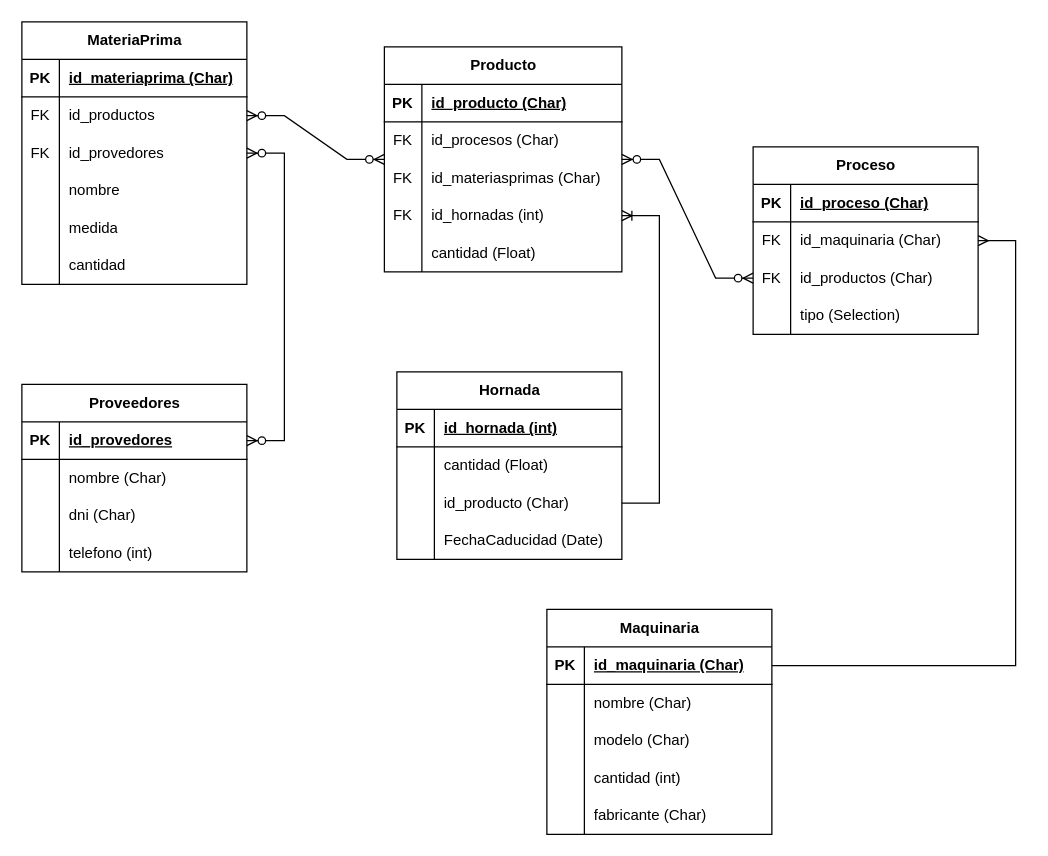
This is DiagramaFabricacion.drawio from Zarritas/modulo-odoo-fabricacion, a draw.io file, before an edit. Source tidied: cells renumbered, new cells numbered last; positions are measured from the earlier drawing's top-left corner, leaving out a move shared by most shapes. Both pictures are drawn from the tidied source at 125%, with x=0, y=0 at pixel (21, 21).
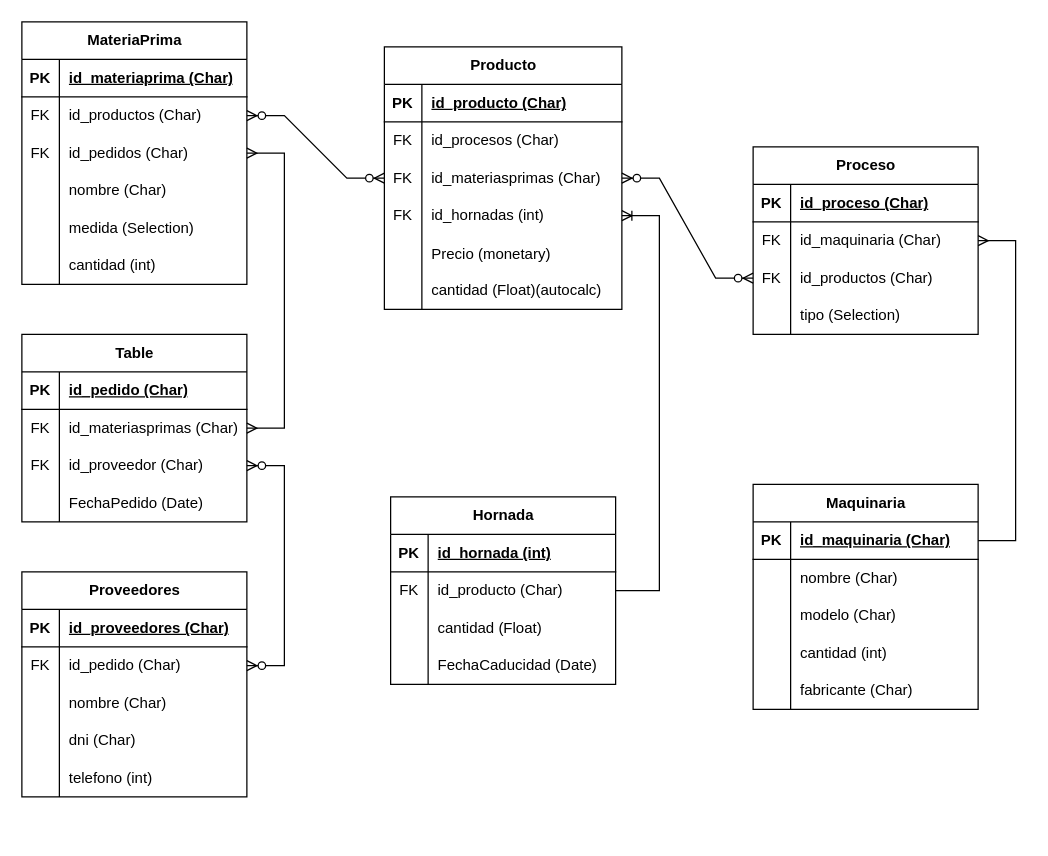
After the change.

The change refers to these unchanged cells:
```xml
<mxCell id="6" style="shape=tableRow;horizontal=0;startSize=0;swimlaneHead=0;swimlaneBody=0;fillColor=none;points=[[0,0.5],[1,0.5]];portConstraint=eastwest;top=0;left=0;right=0;bottom=0;" parent="2" vertex="1">
  <mxGeometry y="60" width="180" height="30" as="geometry" />
</mxCell>
<mxCell id="9" style="shape=tableRow;horizontal=0;startSize=0;swimlaneHead=0;swimlaneBody=0;fillColor=none;points=[[0,0.5],[1,0.5]];portConstraint=eastwest;top=0;left=0;right=0;bottom=0;" parent="2" vertex="1">
  <mxGeometry y="90" width="180" height="30" as="geometry" />
</mxCell>
<mxCell id="12" style="shape=tableRow;horizontal=0;startSize=0;swimlaneHead=0;swimlaneBody=0;fillColor=none;top=0;left=0;right=0;bottom=0;" parent="2" vertex="1">
  <mxGeometry y="120" width="180" height="30" as="geometry" />
</mxCell>
<mxCell id="15" style="shape=tableRow;horizontal=0;startSize=0;swimlaneHead=0;swimlaneBody=0;fillColor=none;top=0;left=0;right=0;bottom=0;" parent="2" vertex="1">
  <mxGeometry y="150" width="180" height="30" as="geometry" />
</mxCell>
<mxCell id="18" style="shape=tableRow;horizontal=0;startSize=0;swimlaneHead=0;swimlaneBody=0;fillColor=none;top=0;left=0;right=0;bottom=0;" parent="2" vertex="1">
  <mxGeometry y="180" width="180" height="30" as="geometry" />
</mxCell>
<mxCell id="31" style="shape=tableRow;horizontal=0;startSize=0;swimlaneHead=0;swimlaneBody=0;fillColor=none;points=[[0,0.5],[1,0.5]];portConstraint=eastwest;top=0;left=0;right=0;bottom=0;" parent="21" vertex="1">
  <mxGeometry y="120" width="190" height="30" as="geometry" />
</mxCell>
<mxCell id="67" style="shape=tableRow;horizontal=0;startSize=0;swimlaneHead=0;swimlaneBody=0;fillColor=none;points=[[0,0.5],[1,0.5]];portConstraint=eastwest;top=0;left=0;right=0;bottom=1;" parent="66" vertex="1">
  <mxGeometry y="30" width="180" height="30" as="geometry" />
</mxCell>
```

Change to the diagram source:
```diff
@@
-    <mxCell id="8" value="id_productos" style="shape=partialRectangle;fillColor=none;top=0;left=0;bottom=0;right=0;align=left;spacingLeft=6;fontStyle=0;overflow=hidden;whiteSpace=wrap;html=1;" parent="6" vertex="1">
+    <mxCell id="8" value="id_productos (Char)" style="shape=partialRectangle;fillColor=none;top=0;left=0;bottom=0;right=0;align=left;spacingLeft=6;fontStyle=0;overflow=hidden;whiteSpace=wrap;html=1;" parent="6" vertex="1">
       <mxGeometry x="30" width="150" height="30" as="geometry" />
     </mxCell>
@@
-    <mxCell id="11" value="id_provedores" style="shape=partialRectangle;fillColor=none;top=0;left=0;bottom=0;right=0;align=left;spacingLeft=6;fontStyle=0;overflow=hidden;whiteSpace=wrap;html=1;" parent="9" vertex="1">
+    <mxCell id="11" value="id_pedidos (Char)" style="shape=partialRectangle;fillColor=none;top=0;left=0;bottom=0;right=0;align=left;spacingLeft=6;fontStyle=0;overflow=hidden;whiteSpace=wrap;html=1;" parent="9" vertex="1">
       <mxGeometry x="30" width="150" height="30" as="geometry" />
     </mxCell>
@@
-    <mxCell id="14" value="nombre" style="shape=partialRectangle;fillColor=none;top=0;left=0;bottom=0;right=0;align=left;spacingLeft=6;overflow=hidden;whiteSpace=wrap;html=1;" parent="12" vertex="1">
+    <mxCell id="14" value="nombre (Char)" style="shape=partialRectangle;fillColor=none;top=0;left=0;bottom=0;right=0;align=left;spacingLeft=6;overflow=hidden;whiteSpace=wrap;html=1;" parent="12" vertex="1">
       <mxGeometry x="30" width="150" height="30" as="geometry" />
     </mxCell>
@@
-    <mxCell id="17" value="medida" style="shape=partialRectangle;fillColor=none;top=0;left=0;bottom=0;right=0;align=left;spacingLeft=6;overflow=hidden;whiteSpace=wrap;html=1;" parent="15" vertex="1">
+    <mxCell id="17" value="medida (Selection)" style="shape=partialRectangle;fillColor=none;top=0;left=0;bottom=0;right=0;align=left;spacingLeft=6;overflow=hidden;whiteSpace=wrap;html=1;" parent="15" vertex="1">
       <mxGeometry x="30" width="150" height="30" as="geometry" />
     </mxCell>
@@
-    <mxCell id="20" value="&lt;div&gt;cantidad&lt;/div&gt;" style="shape=partialRectangle;fillColor=none;top=0;left=0;bottom=0;right=0;align=left;spacingLeft=6;overflow=hidden;whiteSpace=wrap;html=1;" parent="18" vertex="1">
+    <mxCell id="20" value="&lt;div&gt;cantidad (int)&lt;/div&gt;" style="shape=partialRectangle;fillColor=none;top=0;left=0;bottom=0;right=0;align=left;spacingLeft=6;overflow=hidden;whiteSpace=wrap;html=1;" parent="18" vertex="1">
       <mxGeometry x="30" width="150" height="30" as="geometry" />
     </mxCell>
     <mxCell id="21" value="Producto" style="shape=table;startSize=30;childLayout=tableLayout;rowLines=0;fontStyle=1;align=center;html=1;" parent="1" vertex="1">
-      <mxGeometry x="290" y="20" width="190" height="180" as="geometry" />
+      <mxGeometry x="290" y="20" width="190" height="210" as="geometry" />
     </mxCell>
@@
+    <mxCell id="97" style="shape=tableRow;horizontal=0;startSize=0;swimlaneHead=0;swimlaneBody=0;fillColor=none;top=0;left=0;right=0;bottom=0;" parent="21" vertex="1">
+      <mxGeometry y="150" width="190" height="30" as="geometry" />
+    </mxCell>
+    <mxCell id="98" style="shape=partialRectangle;fillColor=none;top=0;left=0;bottom=0;right=0;overflow=hidden;" parent="97" vertex="1">
+      <mxGeometry width="30" height="30" as="geometry" />
+    </mxCell>
+    <mxCell id="99" value="Precio (monetary)" style="shape=partialRectangle;fillColor=none;top=0;left=0;bottom=0;right=0;align=left;spacingLeft=6;overflow=hidden;" parent="97" vertex="1">
+      <mxGeometry x="30" width="160" height="30" as="geometry" />
+    </mxCell>
     <mxCell id="34" style="shape=tableRow;horizontal=0;startSize=0;swimlaneHead=0;swimlaneBody=0;fillColor=none;top=0;left=0;right=0;bottom=0;" parent="21" vertex="1">
-      <mxGeometry y="150" width="190" height="30" as="geometry" />
+      <mxGeometry y="180" width="190" height="30" as="geometry" />
     </mxCell>
@@
-    <mxCell id="36" value="cantidad (Float)" style="shape=partialRectangle;fillColor=none;top=0;left=0;bottom=0;right=0;align=left;spacingLeft=6;overflow=hidden;whiteSpace=wrap;html=1;" parent="34" vertex="1">
+    <mxCell id="36" value="cantidad (Float)(autocalc)" style="shape=partialRectangle;fillColor=none;top=0;left=0;bottom=0;right=0;align=left;spacingLeft=6;overflow=hidden;whiteSpace=wrap;html=1;" parent="34" vertex="1">
       <mxGeometry x="30" width="160" height="30" as="geometry" />
     </mxCell>
@@
     <mxCell id="50" value="Maquinaria" style="shape=table;startSize=30;childLayout=tableLayout;rowLines=0;fontStyle=1;align=center;html=1;" parent="1" vertex="1">
-      <mxGeometry x="420" y="470" width="180" height="180" as="geometry" />
+      <mxGeometry x="585" y="370" width="180" height="180" as="geometry" />
     </mxCell>
@@
     <mxCell id="66" value="Proveedores" style="shape=table;startSize=30;childLayout=tableLayout;rowLines=0;fontStyle=1;align=center;html=1;" parent="1" vertex="1">
-      <mxGeometry y="290" width="180" height="150" as="geometry" />
+      <mxGeometry y="440" width="180" height="180" as="geometry" />
     </mxCell>
@@
-    <mxCell id="69" value="id_provedores" style="shape=partialRectangle;fillColor=none;top=0;left=0;bottom=0;right=0;align=left;spacingLeft=6;fontStyle=5;overflow=hidden;whiteSpace=wrap;html=1;" parent="67" vertex="1">
+    <mxCell id="69" value="id_proveedores (Char)" style="shape=partialRectangle;fillColor=none;top=0;left=0;bottom=0;right=0;align=left;spacingLeft=6;fontStyle=5;overflow=hidden;whiteSpace=wrap;html=1;" parent="67" vertex="1">
       <mxGeometry x="30" width="150" height="30" as="geometry" />
     </mxCell>
+    <mxCell id="100" style="shape=tableRow;horizontal=0;startSize=0;swimlaneHead=0;swimlaneBody=0;fillColor=none;points=[[0,0.5],[1,0.5]];portConstraint=eastwest;top=0;left=0;right=0;bottom=0;" parent="66" vertex="1">
+      <mxGeometry y="60" width="180" height="30" as="geometry" />
+    </mxCell>
+    <mxCell id="101" value="FK" style="shape=partialRectangle;fillColor=none;top=0;left=0;bottom=0;right=0;fontStyle=0;overflow=hidden;whiteSpace=wrap;html=1;" parent="100" vertex="1">
+      <mxGeometry width="30" height="30" as="geometry" />
+    </mxCell>
+    <mxCell id="102" value="id_pedido (Char)" style="shape=partialRectangle;fillColor=none;top=0;left=0;bottom=0;right=0;align=left;spacingLeft=6;fontStyle=0;overflow=hidden;whiteSpace=wrap;html=1;" parent="100" vertex="1">
+      <mxGeometry x="30" width="150" height="30" as="geometry" />
+    </mxCell>
     <mxCell id="70" style="shape=tableRow;horizontal=0;startSize=0;swimlaneHead=0;swimlaneBody=0;fillColor=none;top=0;left=0;right=0;bottom=0;" parent="66" vertex="1">
-      <mxGeometry y="60" width="180" height="30" as="geometry" />
+      <mxGeometry y="90" width="180" height="30" as="geometry" />
     </mxCell>
@@
     <mxCell id="73" style="shape=tableRow;horizontal=0;startSize=0;swimlaneHead=0;swimlaneBody=0;fillColor=none;top=0;left=0;right=0;bottom=0;" parent="66" vertex="1">
-      <mxGeometry y="90" width="180" height="30" as="geometry" />
+      <mxGeometry y="120" width="180" height="30" as="geometry" />
     </mxCell>
@@
     <mxCell id="76" style="shape=tableRow;horizontal=0;startSize=0;swimlaneHead=0;swimlaneBody=0;fillColor=none;top=0;left=0;right=0;bottom=0;" parent="66" vertex="1">
-      <mxGeometry y="120" width="180" height="30" as="geometry" />
+      <mxGeometry y="150" width="180" height="30" as="geometry" />
     </mxCell>
@@
-    <mxCell id="79" style="edgeStyle=entityRelationEdgeStyle;fontSize=12;html=1;endArrow=ERzeroToMany;endFill=1;startArrow=ERzeroToMany;rounded=0;" parent="1" edge="1" source="9" target="67">
-      <mxGeometry relative="1" as="geometry" />
-    </mxCell>
@@
     <mxCell id="83" value="Hornada" style="shape=table;startSize=30;childLayout=tableLayout;rowLines=0;fontStyle=1;align=center;html=1;" parent="1" vertex="1">
-      <mxGeometry x="300" y="280" width="180" height="150" as="geometry" />
+      <mxGeometry x="295" y="380" width="180" height="150" as="geometry" />
     </mxCell>
@@
+    <mxCell id="103" style="shape=tableRow;horizontal=0;startSize=0;swimlaneHead=0;swimlaneBody=0;fillColor=none;points=[[0,0.5],[1,0.5]];portConstraint=eastwest;top=0;left=0;right=0;bottom=0;" parent="83" vertex="1">
+      <mxGeometry y="60" width="180" height="30" as="geometry" />
+    </mxCell>
+    <mxCell id="104" value="FK" style="shape=partialRectangle;fillColor=none;top=0;left=0;bottom=0;right=0;fontStyle=0;overflow=hidden;whiteSpace=wrap;html=1;" parent="103" vertex="1">
+      <mxGeometry width="30" height="30" as="geometry" />
+    </mxCell>
+    <mxCell id="92" value="id_producto (Char)" style="shape=partialRectangle;fillColor=none;top=0;left=0;bottom=0;right=0;align=left;spacingLeft=6;fontStyle=0;overflow=hidden;whiteSpace=wrap;html=1;" parent="103" vertex="1">
+      <mxGeometry x="30" width="150" height="30" as="geometry" />
+    </mxCell>
     <mxCell id="87" style="shape=tableRow;horizontal=0;startSize=0;swimlaneHead=0;swimlaneBody=0;fillColor=none;top=0;left=0;right=0;bottom=0;" parent="83" vertex="1">
-      <mxGeometry y="60" width="180" height="30" as="geometry" />
+      <mxGeometry y="90" width="180" height="30" as="geometry" />
     </mxCell>
@@
-    <mxCell id="90" style="shape=tableRow;horizontal=0;startSize=0;swimlaneHead=0;swimlaneBody=0;fillColor=none;points=[[0,0.5],[1,0.5]];portConstraint=eastwest;top=0;left=0;right=0;bottom=0;" parent="83" vertex="1">
-      <mxGeometry y="90" width="180" height="30" as="geometry" />
-    </mxCell>
-    <mxCell id="91" style="shape=partialRectangle;fillColor=none;top=0;left=0;bottom=0;right=0;overflow=hidden;whiteSpace=wrap;html=1;" parent="90" vertex="1">
-      <mxGeometry width="30" height="30" as="geometry" />
-    </mxCell>
-    <mxCell id="92" value="id_producto (Char)" style="shape=partialRectangle;fillColor=none;top=0;left=0;bottom=0;right=0;align=left;spacingLeft=6;overflow=hidden;whiteSpace=wrap;html=1;" parent="90" vertex="1">
-      <mxGeometry x="30" width="150" height="30" as="geometry" />
-    </mxCell>
@@
-    <mxCell id="96" style="edgeStyle=entityRelationEdgeStyle;fontSize=12;html=1;endArrow=ERoneToMany;rounded=0;" parent="1" edge="1" source="90" target="31">
+    <mxCell id="96" style="edgeStyle=entityRelationEdgeStyle;fontSize=12;html=1;endArrow=ERoneToMany;rounded=0;" parent="1" edge="1" source="103" target="31">
       <mxGeometry relative="1" as="geometry" />
     </mxCell>
+    <mxCell id="105" value="Table" style="shape=table;startSize=30;childLayout=tableLayout;rowLines=0;fontStyle=1;align=center;html=1;" parent="1" vertex="1">
+      <mxGeometry y="250" width="180" height="150" as="geometry" />
+    </mxCell>
+    <mxCell id="106" style="shape=tableRow;horizontal=0;startSize=0;swimlaneHead=0;swimlaneBody=0;fillColor=none;top=0;left=0;right=0;bottom=1;" parent="105" vertex="1">
+      <mxGeometry y="30" width="180" height="30" as="geometry" />
+    </mxCell>
+    <mxCell id="107" value="PK" style="shape=partialRectangle;fillColor=none;top=0;left=0;bottom=0;right=0;fontStyle=1;overflow=hidden;whiteSpace=wrap;html=1;" parent="106" vertex="1">
+      <mxGeometry width="30" height="30" as="geometry" />
+    </mxCell>
+    <mxCell id="108" value="id_pedido (Char)" style="shape=partialRectangle;fillColor=none;top=0;left=0;bottom=0;right=0;align=left;spacingLeft=6;fontStyle=5;overflow=hidden;whiteSpace=wrap;html=1;" parent="106" vertex="1">
+      <mxGeometry x="30" width="150" height="30" as="geometry" />
+    </mxCell>
+    <mxCell id="109" style="shape=tableRow;horizontal=0;startSize=0;swimlaneHead=0;swimlaneBody=0;fillColor=none;points=[[0,0.5],[1,0.5]];portConstraint=eastwest;top=0;left=0;right=0;bottom=0;" parent="105" vertex="1">
+      <mxGeometry y="60" width="180" height="30" as="geometry" />
+    </mxCell>
+    <mxCell id="110" value="FK" style="shape=partialRectangle;fillColor=none;top=0;left=0;bottom=0;right=0;fontStyle=0;overflow=hidden;whiteSpace=wrap;html=1;" parent="109" vertex="1">
+      <mxGeometry width="30" height="30" as="geometry" />
+    </mxCell>
+    <mxCell id="111" value="id_materiasprimas (Char)" style="shape=partialRectangle;fillColor=none;top=0;left=0;bottom=0;right=0;align=left;spacingLeft=6;fontStyle=0;overflow=hidden;whiteSpace=wrap;html=1;" parent="109" vertex="1">
+      <mxGeometry x="30" width="150" height="30" as="geometry" />
+    </mxCell>
+    <mxCell id="90" style="shape=tableRow;horizontal=0;startSize=0;swimlaneHead=0;swimlaneBody=0;fillColor=none;points=[[0,0.5],[1,0.5]];portConstraint=eastwest;top=0;left=0;right=0;bottom=0;" parent="105" vertex="1">
+      <mxGeometry y="90" width="180" height="30" as="geometry" />
+    </mxCell>
+    <mxCell id="112" value="FK" style="shape=partialRectangle;fillColor=none;top=0;left=0;bottom=0;right=0;fontStyle=0;overflow=hidden;whiteSpace=wrap;html=1;" parent="90" vertex="1">
+      <mxGeometry width="30" height="30" as="geometry" />
+    </mxCell>
+    <mxCell id="113" value="id_proveedor (Char)" style="shape=partialRectangle;fillColor=none;top=0;left=0;bottom=0;right=0;align=left;spacingLeft=6;fontStyle=0;overflow=hidden;whiteSpace=wrap;html=1;" parent="90" vertex="1">
+      <mxGeometry x="30" width="150" height="30" as="geometry" />
+    </mxCell>
+    <mxCell id="114" style="shape=tableRow;horizontal=0;startSize=0;swimlaneHead=0;swimlaneBody=0;fillColor=none;top=0;left=0;right=0;bottom=0;" parent="105" vertex="1">
+      <mxGeometry y="120" width="180" height="30" as="geometry" />
+    </mxCell>
+    <mxCell id="91" style="shape=partialRectangle;fillColor=none;top=0;left=0;bottom=0;right=0;overflow=hidden;whiteSpace=wrap;html=1;" parent="114" vertex="1">
+      <mxGeometry width="30" height="30" as="geometry" />
+    </mxCell>
+    <mxCell id="115" value="FechaPedido (Date)" style="shape=partialRectangle;fillColor=none;top=0;left=0;bottom=0;right=0;align=left;spacingLeft=6;overflow=hidden;whiteSpace=wrap;html=1;" parent="114" vertex="1">
+      <mxGeometry x="30" width="150" height="30" as="geometry" />
+    </mxCell>
+    <mxCell id="116" style="edgeStyle=entityRelationEdgeStyle;fontSize=12;html=1;endArrow=ERzeroToMany;endFill=1;startArrow=ERzeroToMany;rounded=0;" parent="1" edge="1" source="100" target="90">
+      <mxGeometry relative="1" as="geometry" />
+    </mxCell>
+    <mxCell id="117" style="edgeStyle=entityRelationEdgeStyle;fontSize=12;html=1;endArrow=ERmany;startArrow=ERmany;rounded=0;" parent="1" edge="1" source="109" target="9">
+      <mxGeometry relative="1" as="geometry" />
+    </mxCell>
```
